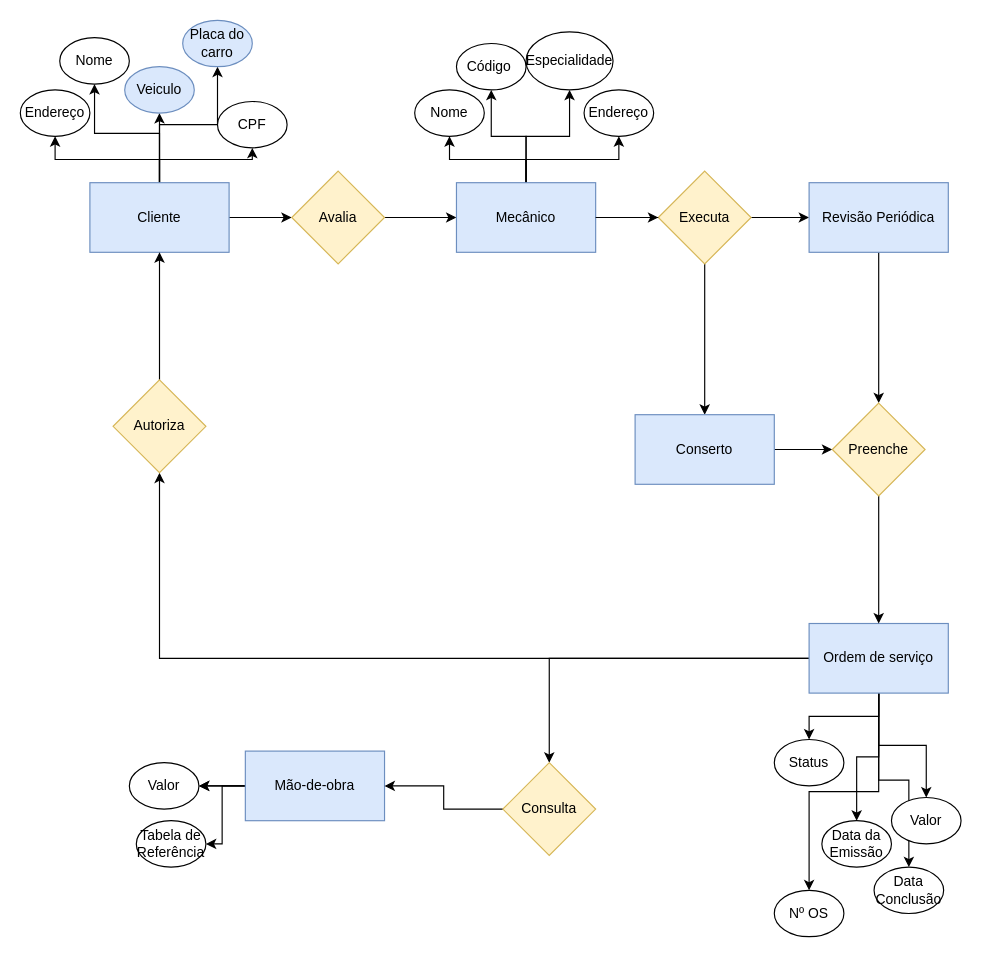
The draw.io diagram Diagrama sem nome.drawio in Hejociara/BancoDados_EsquemaConceitual, before the edit. Source tidied: cells renumbered, new cells numbered last; positions are measured from the earlier drawing's top-left corner, leaving out a move shared by most shapes. Both pictures are drawn from the tidied source at 116%, with x=0, y=0 at pixel (20, 20).
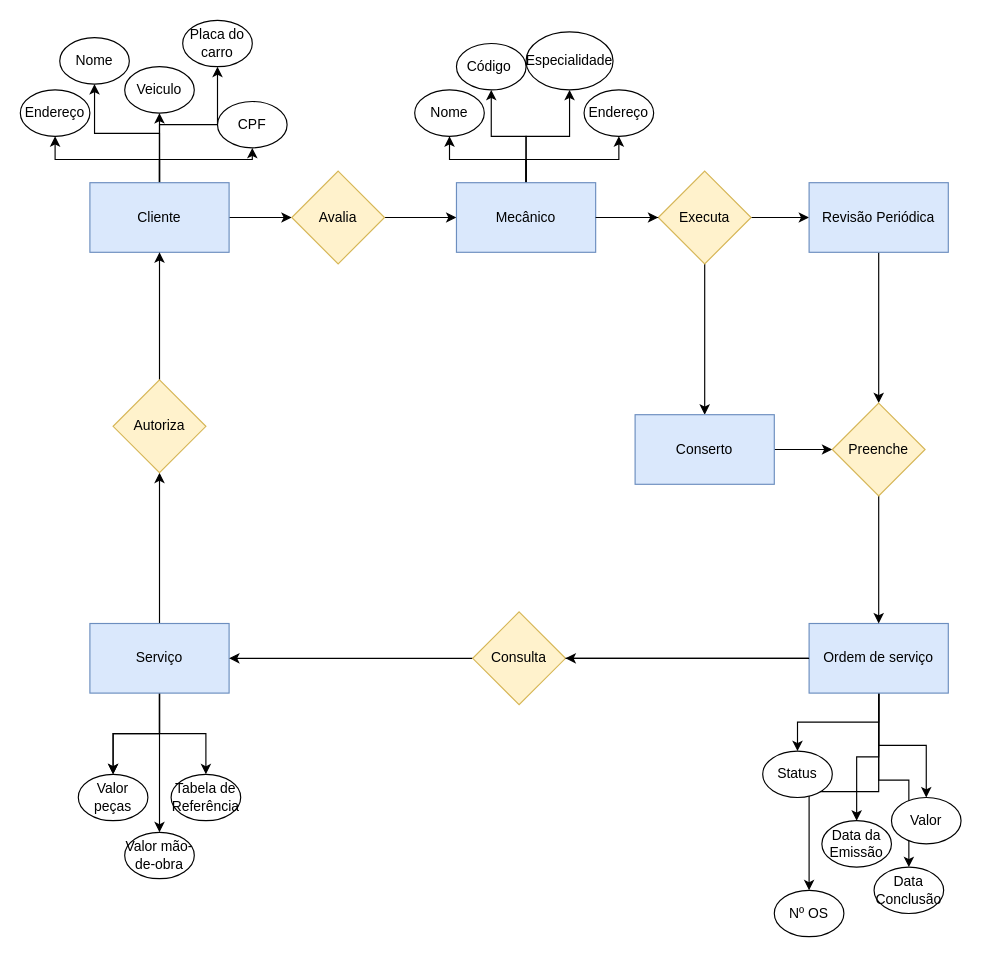
Above is the later version.

Unchanged cells that the change refers to:
```xml
<mxCell id="20" value="Ordem de serviço" style="rounded=0;whiteSpace=wrap;html=1;fillColor=#dae8fc;strokeColor=#6c8ebf;" parent="1" vertex="1">
  <mxGeometry x="680" y="520" width="120" height="60" as="geometry" />
</mxCell>
<mxCell id="51" value="Autoriza" style="rhombus;whiteSpace=wrap;html=1;rounded=0;fillColor=#fff2cc;strokeColor=#d6b656;" parent="1" vertex="1">
  <mxGeometry x="80" y="310" width="80" height="80" as="geometry" />
</mxCell>
```

What changed in the source:
```diff
@@
+    <mxCell id="59" style="edgeStyle=orthogonalEdgeStyle;rounded=0;jettySize=auto;html=1;" parent="1" edge="1" source="12" target="51">
+      <mxGeometry relative="1" as="geometry" />
+    </mxCell>
+    <mxCell id="60" style="edgeStyle=orthogonalEdgeStyle;rounded=0;jettySize=auto;html=1;" parent="1" edge="1" source="12" target="62">
+      <mxGeometry relative="1" as="geometry" />
+    </mxCell>
-    <mxCell id="12" value="Mão-de-obra" style="rounded=0;whiteSpace=wrap;html=1;fillColor=#dae8fc;strokeColor=#6c8ebf;" parent="1" vertex="1">
-      <mxGeometry x="194" y="630" width="120" height="60" as="geometry" />
+    <mxCell id="12" value="Serviço" style="rounded=0;whiteSpace=wrap;html=1;fillColor=#dae8fc;strokeColor=#6c8ebf;" parent="1" vertex="1">
+      <mxGeometry x="60" y="520" width="120" height="60" as="geometry" />
     </mxCell>
@@
-    <mxCell id="18" style="edgeStyle=orthogonalEdgeStyle;rounded=0;jettySize=auto;html=1;" parent="1" edge="1" source="20" target="51">
-      <mxGeometry relative="1" as="geometry" />
-    </mxCell>
@@
-    <mxCell id="39" value="Veiculo" style="ellipse;whiteSpace=wrap;html=1;fillColor=#dae8fc;strokeColor=#6c8ebf;rounded=0;" parent="1" vertex="1">
+    <mxCell id="39" value="Veiculo" style="ellipse;whiteSpace=wrap;html=1;rounded=0;" parent="1" vertex="1">
       <mxGeometry x="90" y="40" width="60" height="40" as="geometry" />
     </mxCell>
-    <mxCell id="40" value="Placa do carro" style="ellipse;whiteSpace=wrap;html=1;fillColor=#dae8fc;strokeColor=#6c8ebf;rounded=0;" parent="1" vertex="1">
+    <mxCell id="40" value="Placa do carro" style="ellipse;whiteSpace=wrap;html=1;rounded=0;" parent="1" vertex="1">
       <mxGeometry x="140" width="60" height="40" as="geometry" />
     </mxCell>
@@
     <mxCell id="47" value="Status" style="ellipse;whiteSpace=wrap;html=1;rounded=0;" parent="1" vertex="1">
-      <mxGeometry x="650" y="620" width="60" height="40" as="geometry" />
+      <mxGeometry x="640" y="630" width="60" height="40" as="geometry" />
     </mxCell>
@@
-    <mxCell id="49" value="Valor" style="ellipse;whiteSpace=wrap;html=1;rounded=0;" parent="1" vertex="1">
-      <mxGeometry x="94" y="640" width="60" height="40" as="geometry" />
+    <mxCell id="49" value="Valor peças" style="ellipse;whiteSpace=wrap;html=1;rounded=0;" parent="1" vertex="1">
+      <mxGeometry x="50" y="650" width="60" height="40" as="geometry" />
     </mxCell>
@@
-    <mxCell id="53" value="Consulta" style="rhombus;whiteSpace=wrap;html=1;rounded=0;fillColor=#fff2cc;strokeColor=#d6b656;" parent="1" vertex="1">
-      <mxGeometry x="416" y="640" width="80" height="80" as="geometry" />
-    </mxCell>
     <mxCell id="54" value="Tabela de Referência" style="ellipse;whiteSpace=wrap;html=1;rounded=0;" parent="1" vertex="1">
-      <mxGeometry x="100" y="690" width="60" height="40" as="geometry" />
+      <mxGeometry x="130" y="650" width="60" height="40" as="geometry" />
     </mxCell>
@@
+    <mxCell id="53" value="Consulta" style="rhombus;whiteSpace=wrap;html=1;rounded=0;fillColor=#fff2cc;strokeColor=#d6b656;" parent="1" vertex="1">
+      <mxGeometry x="390" y="510" width="80" height="80" as="geometry" />
+    </mxCell>
+    <mxCell id="61" style="edgeStyle=orthogonalEdgeStyle;rounded=0;jettySize=auto;html=1;endArrow=none;" parent="1" edge="1" source="20" target="53">
+      <mxGeometry relative="1" as="geometry" />
+    </mxCell>
+    <mxCell id="62" value="Valor mão-de-obra" style="ellipse;whiteSpace=wrap;html=1;rounded=0;" parent="1" vertex="1">
+      <mxGeometry x="90" y="700" width="60" height="40" as="geometry" />
+    </mxCell>
```
